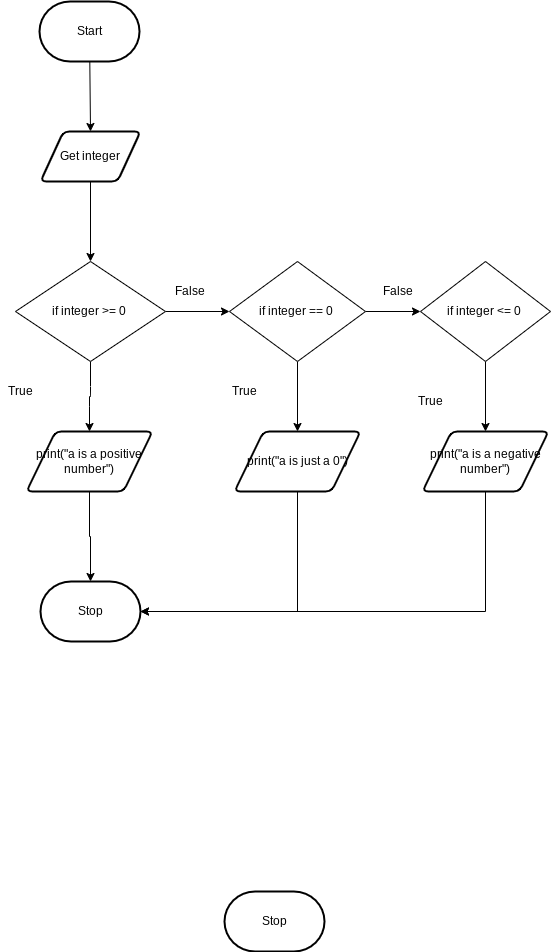
Above: flowchart.png in michael-clermont1/ICS3U-Unit3-04-Python (draw.io), before the change. Source tidied: cells renumbered, new cells last; positions are measured from the earlier drawing's top-left corner, leaving out a move shared by most shapes. Source of this version:
```xml
<mxGraphModel>
  <root>
    <mxCell id="0" />
    <mxCell id="1" parent="0" />
    <mxCell id="2" style="edgeStyle=orthogonalEdgeStyle;html=1;entryX=0.5;entryY=0;entryDx=0;entryDy=0;strokeColor=default;rounded=0;" parent="1" edge="1" source="3" target="9">
      <mxGeometry relative="1" as="geometry" />
    </mxCell>
    <mxCell id="3" value="Get integer" style="shape=parallelogram;html=1;strokeWidth=2;perimeter=parallelogramPerimeter;whiteSpace=wrap;rounded=1;arcSize=12;size=0.23;" parent="1" vertex="1">
      <mxGeometry x="40" y="130" width="100" height="50" as="geometry" />
    </mxCell>
    <mxCell id="4" style="edgeStyle=none;html=1;entryX=0.5;entryY=0;entryDx=0;entryDy=0;" parent="1" edge="1" source="5" target="3">
      <mxGeometry relative="1" as="geometry" />
    </mxCell>
    <mxCell id="5" value="Start" style="strokeWidth=2;html=1;shape=mxgraph.flowchart.terminator;whiteSpace=wrap;" parent="1" vertex="1">
      <mxGeometry x="39" width="100" height="60" as="geometry" />
    </mxCell>
    <mxCell id="6" value="Stop" style="strokeWidth=2;html=1;shape=mxgraph.flowchart.terminator;whiteSpace=wrap;" parent="1" vertex="1">
      <mxGeometry x="224" y="890" width="100" height="60" as="geometry" />
    </mxCell>
    <mxCell id="7" style="edgeStyle=orthogonalEdgeStyle;html=1;entryX=0.5;entryY=0;entryDx=0;entryDy=0;" parent="1" edge="1" source="9" target="15">
      <mxGeometry relative="1" as="geometry" />
    </mxCell>
    <mxCell id="8" style="edgeStyle=orthogonalEdgeStyle;rounded=0;html=1;entryX=0;entryY=0.5;entryDx=0;entryDy=0;strokeColor=default;" parent="1" edge="1" source="9" target="18">
      <mxGeometry relative="1" as="geometry" />
    </mxCell>
    <mxCell id="9" value="if integer &amp;gt;= 0&amp;nbsp;" style="rhombus;whiteSpace=wrap;html=1;" parent="1" vertex="1">
      <mxGeometry x="15" y="260" width="150" height="100" as="geometry" />
    </mxCell>
    <mxCell id="10" value="False" style="text;html=1;align=center;verticalAlign=middle;fillColor=none;strokeColor=none;rounded=0;" parent="1" vertex="1">
      <mxGeometry x="164" y="280" width="50" height="20" as="geometry" />
    </mxCell>
    <mxCell id="11" value="True" style="text;html=1;align=center;verticalAlign=middle;fillColor=none;strokeColor=none;rounded=0;" parent="1" vertex="1">
      <mxGeometry x="410" y="390" width="40" height="20" as="geometry" />
    </mxCell>
    <mxCell id="12" value="False" style="text;html=1;align=center;verticalAlign=middle;fillColor=none;strokeColor=none;rounded=0;" parent="1" vertex="1">
      <mxGeometry x="372" y="280" width="50" height="20" as="geometry" />
    </mxCell>
    <mxCell id="13" value="True" style="text;html=1;align=center;verticalAlign=middle;fillColor=none;strokeColor=none;rounded=0;" parent="1" vertex="1">
      <mxGeometry y="380" width="40" height="20" as="geometry" />
    </mxCell>
    <mxCell id="14" style="edgeStyle=orthogonalEdgeStyle;html=1;entryX=0.5;entryY=0;entryDx=0;entryDy=0;entryPerimeter=0;rounded=0;" parent="1" edge="1" source="15" target="26">
      <mxGeometry relative="1" as="geometry" />
    </mxCell>
    <mxCell id="15" value="print(&quot;a is a positive number&quot;)" style="shape=parallelogram;html=1;strokeWidth=2;perimeter=parallelogramPerimeter;whiteSpace=wrap;rounded=1;arcSize=12;size=0.23;" parent="1" vertex="1">
      <mxGeometry x="26" y="430" width="126" height="60" as="geometry" />
    </mxCell>
    <mxCell id="16" style="edgeStyle=orthogonalEdgeStyle;html=1;entryX=0.5;entryY=0;entryDx=0;entryDy=0;rounded=0;" parent="1" edge="1" source="18" target="20">
      <mxGeometry relative="1" as="geometry" />
    </mxCell>
    <mxCell id="17" style="edgeStyle=orthogonalEdgeStyle;rounded=0;html=1;exitX=1;exitY=0.5;exitDx=0;exitDy=0;entryX=0;entryY=0.5;entryDx=0;entryDy=0;strokeColor=default;" parent="1" edge="1" source="18" target="22">
      <mxGeometry relative="1" as="geometry" />
    </mxCell>
    <mxCell id="18" value="if integer == 0&amp;nbsp;" style="rhombus;whiteSpace=wrap;html=1;" parent="1" vertex="1">
      <mxGeometry x="229" y="260" width="136" height="100" as="geometry" />
    </mxCell>
    <mxCell id="19" style="edgeStyle=orthogonalEdgeStyle;html=1;entryX=1;entryY=0.5;entryDx=0;entryDy=0;entryPerimeter=0;rounded=0;" parent="1" edge="1" source="20" target="26">
      <mxGeometry relative="1" as="geometry">
        <Array as="points">
          <mxPoint x="297" y="610" />
        </Array>
      </mxGeometry>
    </mxCell>
    <mxCell id="20" value="print(&quot;a is just a 0&quot;)" style="shape=parallelogram;html=1;strokeWidth=2;perimeter=parallelogramPerimeter;whiteSpace=wrap;rounded=1;arcSize=12;size=0.23;" parent="1" vertex="1">
      <mxGeometry x="234" y="430" width="126" height="60" as="geometry" />
    </mxCell>
    <mxCell id="21" style="edgeStyle=orthogonalEdgeStyle;html=1;entryX=0.5;entryY=0;entryDx=0;entryDy=0;rounded=0;" parent="1" edge="1" source="22" target="24">
      <mxGeometry relative="1" as="geometry" />
    </mxCell>
    <mxCell id="22" value="if integer &amp;lt;= 0&amp;nbsp;" style="rhombus;whiteSpace=wrap;html=1;" parent="1" vertex="1">
      <mxGeometry x="420" y="260" width="130" height="100" as="geometry" />
    </mxCell>
    <mxCell id="23" style="edgeStyle=orthogonalEdgeStyle;html=1;entryX=1;entryY=0.5;entryDx=0;entryDy=0;entryPerimeter=0;rounded=0;" parent="1" edge="1" source="24" target="26">
      <mxGeometry relative="1" as="geometry">
        <Array as="points">
          <mxPoint x="485" y="610" />
        </Array>
      </mxGeometry>
    </mxCell>
    <mxCell id="24" value="print(&quot;a is a negative number&quot;)" style="shape=parallelogram;html=1;strokeWidth=2;perimeter=parallelogramPerimeter;whiteSpace=wrap;rounded=1;arcSize=12;size=0.23;" parent="1" vertex="1">
      <mxGeometry x="422" y="430" width="126" height="60" as="geometry" />
    </mxCell>
    <mxCell id="25" value="True" style="text;html=1;align=center;verticalAlign=middle;fillColor=none;strokeColor=none;rounded=0;" parent="1" vertex="1">
      <mxGeometry x="224" y="380" width="40" height="20" as="geometry" />
    </mxCell>
    <mxCell id="26" value="Stop" style="strokeWidth=2;html=1;shape=mxgraph.flowchart.terminator;whiteSpace=wrap;" parent="1" vertex="1">
      <mxGeometry x="40" y="580" width="100" height="60" as="geometry" />
    </mxCell>
  </root>
</mxGraphModel>
```
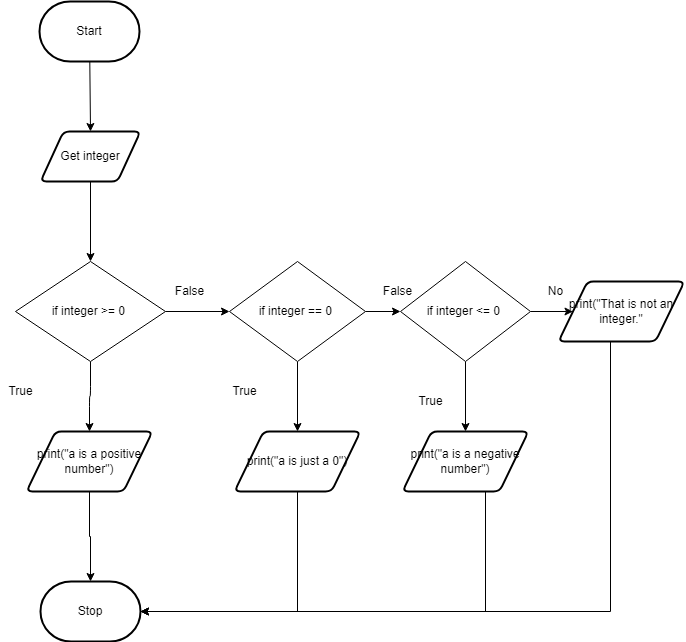
The same diagram one commit later.

Diff of the diagram source:
```diff
@@ -14,9 +14,6 @@
     <mxCell id="5" value="Start" style="strokeWidth=2;html=1;shape=mxgraph.flowchart.terminator;whiteSpace=wrap;" parent="1" vertex="1">
       <mxGeometry x="39" width="100" height="60" as="geometry" />
     </mxCell>
-    <mxCell id="6" value="Stop" style="strokeWidth=2;html=1;shape=mxgraph.flowchart.terminator;whiteSpace=wrap;" parent="1" vertex="1">
-      <mxGeometry x="224" y="890" width="100" height="60" as="geometry" />
-    </mxCell>
     <mxCell id="7" style="edgeStyle=orthogonalEdgeStyle;html=1;entryX=0.5;entryY=0;entryDx=0;entryDy=0;" parent="1" edge="1" source="9" target="15">
       <mxGeometry relative="1" as="geometry" />
     </mxCell>
@@ -66,8 +63,11 @@
     <mxCell id="21" style="edgeStyle=orthogonalEdgeStyle;html=1;entryX=0.5;entryY=0;entryDx=0;entryDy=0;rounded=0;" parent="1" edge="1" source="22" target="24">
       <mxGeometry relative="1" as="geometry" />
     </mxCell>
+    <mxCell id="27" style="edgeStyle=none;html=1;entryX=0;entryY=0.5;entryDx=0;entryDy=0;" parent="1" edge="1" source="22" target="30">
+      <mxGeometry relative="1" as="geometry" />
+    </mxCell>
     <mxCell id="22" value="if integer &amp;lt;= 0&amp;nbsp;" style="rhombus;whiteSpace=wrap;html=1;" parent="1" vertex="1">
-      <mxGeometry x="420" y="260" width="130" height="100" as="geometry" />
+      <mxGeometry x="400" y="260" width="130" height="100" as="geometry" />
     </mxCell>
     <mxCell id="23" style="edgeStyle=orthogonalEdgeStyle;html=1;entryX=1;entryY=0.5;entryDx=0;entryDy=0;entryPerimeter=0;rounded=0;" parent="1" edge="1" source="24" target="26">
       <mxGeometry relative="1" as="geometry">
@@ -77,7 +77,7 @@
       </mxGeometry>
     </mxCell>
     <mxCell id="24" value="print(&quot;a is a negative number&quot;)" style="shape=parallelogram;html=1;strokeWidth=2;perimeter=parallelogramPerimeter;whiteSpace=wrap;rounded=1;arcSize=12;size=0.23;" parent="1" vertex="1">
-      <mxGeometry x="422" y="430" width="126" height="60" as="geometry" />
+      <mxGeometry x="402" y="430" width="126" height="60" as="geometry" />
     </mxCell>
     <mxCell id="25" value="True" style="text;html=1;align=center;verticalAlign=middle;fillColor=none;strokeColor=none;rounded=0;" parent="1" vertex="1">
       <mxGeometry x="224" y="380" width="40" height="20" as="geometry" />
@@ -85,5 +85,18 @@
     <mxCell id="26" value="Stop" style="strokeWidth=2;html=1;shape=mxgraph.flowchart.terminator;whiteSpace=wrap;" parent="1" vertex="1">
       <mxGeometry x="40" y="580" width="100" height="60" as="geometry" />
     </mxCell>
+    <mxCell id="28" value="No" style="text;html=1;align=center;verticalAlign=middle;fillColor=none;strokeColor=none;rounded=0;" parent="1" vertex="1">
+      <mxGeometry x="540" y="280" width="30" height="20" as="geometry" />
+    </mxCell>
+    <mxCell id="29" style="edgeStyle=orthogonalEdgeStyle;html=1;entryX=1;entryY=0.5;entryDx=0;entryDy=0;entryPerimeter=0;rounded=0;" parent="1" edge="1" source="30" target="26">
+      <mxGeometry relative="1" as="geometry">
+        <Array as="points">
+          <mxPoint x="610" y="610" />
+        </Array>
+      </mxGeometry>
+    </mxCell>
+    <mxCell id="30" value="print(&quot;That is not an integer.&quot;" style="shape=parallelogram;html=1;strokeWidth=2;perimeter=parallelogramPerimeter;whiteSpace=wrap;rounded=1;arcSize=12;size=0.23;" parent="1" vertex="1">
+      <mxGeometry x="558" y="280" width="126" height="60" as="geometry" />
+    </mxCell>
   </root>
 </mxGraphModel>
```
